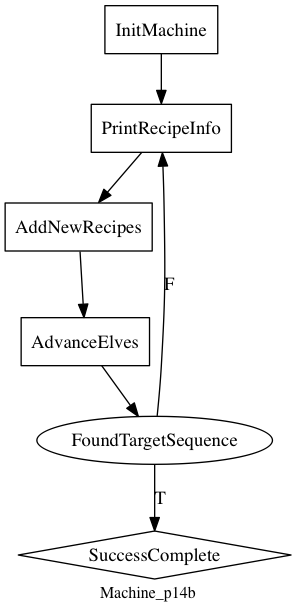
Before: diagram/advent/p14b.png, a diagram exported from Graphviz (comperical/FlowState). Its source is kept beside it as diagram/advent/p14b.gv. Its diagram source:
```dot
digraph MyGraphName {
node [shape=box] InitMachine; PrintRecipeInfo; AddNewRecipes; AdvanceElves
node [shape=diamond] SuccessComplete
node [shape=ellipse] FoundTargetSequence
FoundTargetSequence->PrintRecipeInfo [label=F];
AdvanceElves->FoundTargetSequence ;
PrintRecipeInfo->AddNewRecipes ;
FoundTargetSequence->SuccessComplete [label=T];
AddNewRecipes->AdvanceElves ;
InitMachine->PrintRecipeInfo ;
overlap=false
label=Machine_p14b
fontsize=12
}
```
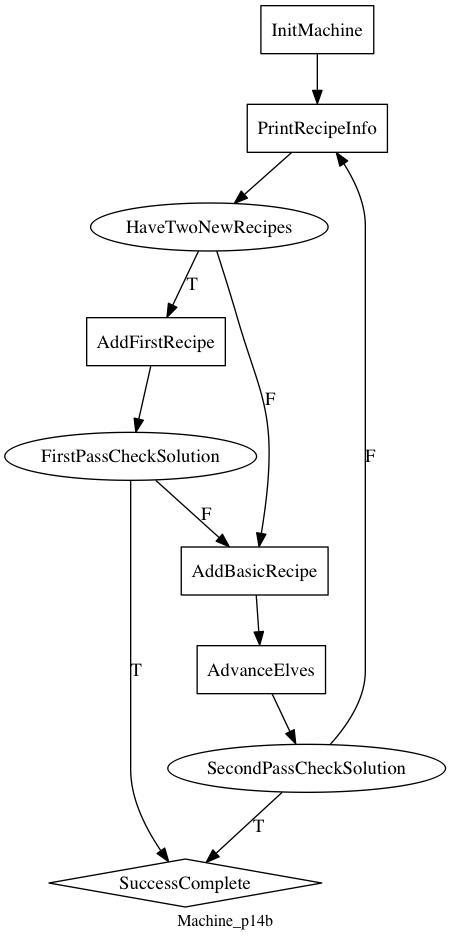
The same diagram one commit later.

Change to the diagram source:
```diff
@@ -1,13 +1,18 @@
 digraph MyGraphName {
-node [shape=box] InitMachine; PrintRecipeInfo; AddNewRecipes; AdvanceElves
+node [shape=box] InitMachine; PrintRecipeInfo; AddFirstRecipe; AddBasicRecipe; AdvanceElves
 node [shape=diamond] SuccessComplete
-node [shape=ellipse] FoundTargetSequence
-FoundTargetSequence->PrintRecipeInfo [label=F];
-AdvanceElves->FoundTargetSequence ;
-PrintRecipeInfo->AddNewRecipes ;
-FoundTargetSequence->SuccessComplete [label=T];
-AddNewRecipes->AdvanceElves ;
+node [shape=ellipse] HaveTwoNewRecipes; FirstPassCheckSolution; SecondPassCheckSolution
+PrintRecipeInfo->HaveTwoNewRecipes ;
+SecondPassCheckSolution->SuccessComplete [label=T];
+AdvanceElves->SecondPassCheckSolution ;
+HaveTwoNewRecipes->AddFirstRecipe [label=T];
+SecondPassCheckSolution->PrintRecipeInfo [label=F];
+FirstPassCheckSolution->SuccessComplete [label=T];
+AddBasicRecipe->AdvanceElves ;
+HaveTwoNewRecipes->AddBasicRecipe [label=F];
+FirstPassCheckSolution->AddBasicRecipe [label=F];
 InitMachine->PrintRecipeInfo ;
+AddFirstRecipe->FirstPassCheckSolution ;
 overlap=false
 label=Machine_p14b
 fontsize=12
```
